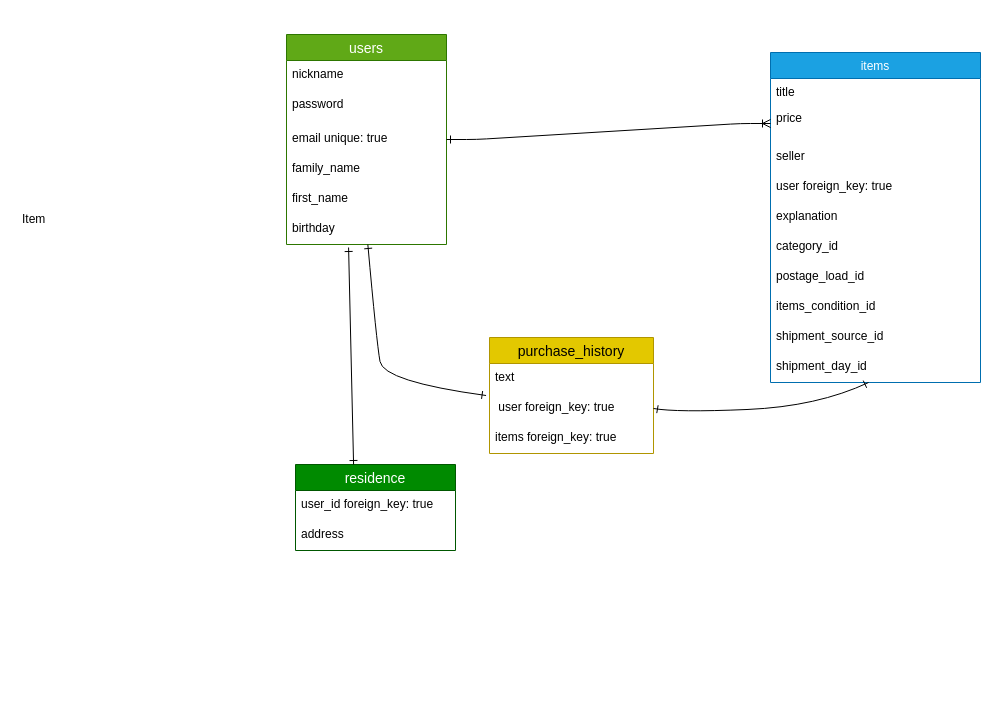
The draw.io diagram test.dio in Rasshiin/furima-36886, before the edit. Source tidied: cells renumbered, new cells numbered last; positions are measured from the earlier drawing's top-left corner, leaving out a move shared by most shapes. Both pictures are drawn from the tidied source at 100%, with x=0, y=0 at pixel (16, 34).
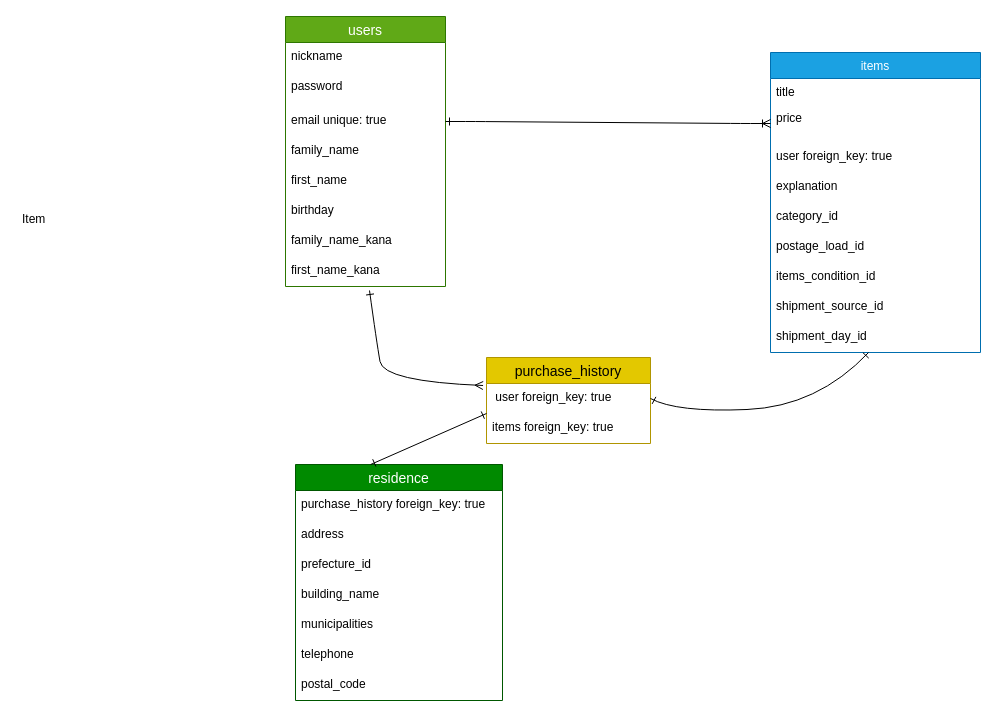
The same diagram, later.

Commit message (it also covers changes not shown here):
主にアソシエーションの変更

The change refers to these unchanged cells:
```xml
<mxCell id="8" value="birthday" style="text;strokeColor=none;fillColor=none;spacingLeft=4;spacingRight=4;overflow=hidden;points=[[0,0.5],[1,0.5]];portConstraint=eastwest;fontSize=12;" parent="2" vertex="1">
  <mxGeometry y="180" width="160" height="30" as="geometry" />
</mxCell>
```

Change to the diagram source:
```diff
@@
     <mxCell id="2" value="users" style="swimlane;fontStyle=0;horizontal=1;startSize=26;align=center;fontSize=14;fillColor=#60a917;strokeColor=#2D7600;fontColor=#ffffff;" parent="1" vertex="1">
-      <mxGeometry x="270" width="160" height="210" as="geometry" />
+      <mxGeometry x="269" y="-18" width="160" height="270" as="geometry" />
     </mxCell>
@@
+    <mxCell id="32" value="family_name_kana " style="text;strokeColor=none;fillColor=none;spacingLeft=4;spacingRight=4;overflow=hidden;fontSize=12;" parent="2" vertex="1">
+      <mxGeometry y="210" width="160" height="30" as="geometry" />
+    </mxCell>
+    <mxCell id="33" value="first_name_kana" style="text;strokeColor=none;fillColor=none;spacingLeft=4;spacingRight=4;overflow=hidden;points=[[0,0.5],[1,0.5]];portConstraint=eastwest;fontSize=12;" parent="2" vertex="1">
+      <mxGeometry y="240" width="160" height="30" as="geometry" />
+    </mxCell>
     <mxCell id="9" value="items" style="swimlane;fontStyle=0;horizontal=1;startSize=26;fillColor=#1ba1e2;strokeColor=#006EAF;fontColor=#ffffff;" parent="1" vertex="1">
-      <mxGeometry x="754" y="18" width="210" height="330" as="geometry" />
+      <mxGeometry x="754" y="18" width="210" height="300" as="geometry" />
     </mxCell>
@@
-    <mxCell id="12" value="seller" style="text;strokeColor=none;fillColor=none;spacingLeft=4;spacingRight=4;overflow=hidden;fontSize=12;" parent="9" vertex="1">
-      <mxGeometry y="90" width="210" height="30" as="geometry" />
-    </mxCell>
     <mxCell id="13" value="user foreign_key: true" style="text;strokeColor=none;fillColor=none;spacingLeft=4;spacingRight=4;overflow=hidden;fontSize=12;" parent="9" vertex="1">
-      <mxGeometry y="120" width="210" height="30" as="geometry" />
+      <mxGeometry y="90" width="210" height="30" as="geometry" />
     </mxCell>
     <mxCell id="14" value="explanation" style="text;strokeColor=none;fillColor=none;spacingLeft=4;spacingRight=4;overflow=hidden;fontSize=12;" parent="9" vertex="1">
-      <mxGeometry y="150" width="210" height="30" as="geometry" />
+      <mxGeometry y="120" width="210" height="30" as="geometry" />
     </mxCell>
     <mxCell id="15" value="category_id" style="text;strokeColor=none;fillColor=none;spacingLeft=4;spacingRight=4;overflow=hidden;fontSize=12;" parent="9" vertex="1">
-      <mxGeometry y="180" width="210" height="30" as="geometry" />
+      <mxGeometry y="150" width="210" height="30" as="geometry" />
     </mxCell>
     <mxCell id="16" value="postage_load_id" style="text;strokeColor=none;fillColor=none;spacingLeft=4;spacingRight=4;overflow=hidden;fontSize=12;" parent="9" vertex="1">
-      <mxGeometry y="210" width="210" height="30" as="geometry" />
+      <mxGeometry y="180" width="210" height="30" as="geometry" />
     </mxCell>
     <mxCell id="17" value="items_condition_id" style="text;strokeColor=none;fillColor=none;spacingLeft=4;spacingRight=4;overflow=hidden;fontSize=12;" parent="9" vertex="1">
-      <mxGeometry y="240" width="210" height="30" as="geometry" />
+      <mxGeometry y="210" width="210" height="30" as="geometry" />
     </mxCell>
     <mxCell id="18" value="shipment_source_id" style="text;strokeColor=none;fillColor=none;spacingLeft=4;spacingRight=4;overflow=hidden;fontSize=12;" parent="9" vertex="1">
-      <mxGeometry y="270" width="210" height="30" as="geometry" />
+      <mxGeometry y="240" width="210" height="30" as="geometry" />
     </mxCell>
     <mxCell id="19" value="shipment_day_id" style="text;strokeColor=none;fillColor=none;spacingLeft=4;spacingRight=4;overflow=hidden;points=[[0,0.5],[1,0.5]];portConstraint=eastwest;fontSize=12;" parent="9" vertex="1">
-      <mxGeometry y="300" width="210" height="30" as="geometry" />
+      <mxGeometry y="270" width="210" height="30" as="geometry" />
     </mxCell>
@@
-    <mxCell id="21" style="curved=1;endArrow=ERone;html=1;endFill=0;startArrow=ERone;startFill=0;entryX=-0.021;entryY=0.067;entryDx=0;entryDy=0;entryPerimeter=0;" parent="1" edge="1" source="8" target="24">
+    <mxCell id="21" style="curved=1;endArrow=ERmany;html=1;endFill=0;startArrow=ERone;startFill=0;entryX=-0.021;entryY=0.067;entryDx=0;entryDy=0;entryPerimeter=0;exitX=0.525;exitY=1.133;exitDx=0;exitDy=0;exitPerimeter=0;" parent="1" edge="1" source="33" target="24">
       <mxGeometry relative="1" as="geometry">
         <Array as="points">
           <mxPoint x="360" y="307" />
           <mxPoint x="367" y="347" />
         </Array>
       </mxGeometry>
     </mxCell>
     <mxCell id="22" value="purchase_history" style="swimlane;fontStyle=0;horizontal=1;startSize=26;align=center;fontSize=14;fillColor=#e3c800;strokeColor=#B09500;fontColor=#000000;" parent="1" vertex="1">
-      <mxGeometry x="473" y="303" width="164" height="116" as="geometry" />
+      <mxGeometry x="470" y="323" width="164" height="86" as="geometry" />
     </mxCell>
-    <mxCell id="23" value="text" style="text;strokeColor=none;fillColor=none;spacingLeft=4;spacingRight=4;overflow=hidden;fontSize=12;" parent="22" vertex="1">
-      <mxGeometry y="26" width="164" height="30" as="geometry" />
-    </mxCell>
     <mxCell id="24" value=" user foreign_key: true" style="text;strokeColor=none;fillColor=none;spacingLeft=4;spacingRight=4;overflow=hidden;points=[[0,0.5],[1,0.5]];portConstraint=eastwest;fontSize=12;" parent="22" vertex="1">
-      <mxGeometry y="56" width="164" height="30" as="geometry" />
+      <mxGeometry y="26" width="164" height="30" as="geometry" />
     </mxCell>
     <mxCell id="25" value="items foreign_key: true" style="text;strokeColor=none;fillColor=none;spacingLeft=4;spacingRight=4;overflow=hidden;points=[[0,0.5],[1,0.5]];portConstraint=eastwest;fontSize=12;" parent="22" vertex="1">
-      <mxGeometry y="86" width="164" height="30" as="geometry" />
+      <mxGeometry y="56" width="164" height="30" as="geometry" />
     </mxCell>
@@
     <mxCell id="28" value="residence" style="swimlane;fontStyle=0;horizontal=1;startSize=26;align=center;fontSize=14;fillColor=#008a00;strokeColor=#005700;fontColor=#ffffff;" parent="1" vertex="1">
-      <mxGeometry x="279" y="430" width="160" height="86" as="geometry" />
+      <mxGeometry x="279" y="430" width="207" height="236" as="geometry" />
     </mxCell>
-    <mxCell id="29" value="user_id foreign_key: true" style="text;strokeColor=none;fillColor=none;spacingLeft=4;spacingRight=4;overflow=hidden;fontSize=12;" parent="28" vertex="1">
-      <mxGeometry y="26" width="160" height="30" as="geometry" />
+    <mxCell id="29" value="purchase_history foreign_key: true" style="text;strokeColor=none;fillColor=none;spacingLeft=4;spacingRight=4;overflow=hidden;fontSize=12;" parent="28" vertex="1">
+      <mxGeometry y="26" width="207" height="30" as="geometry" />
     </mxCell>
     <mxCell id="30" value="address" style="text;strokeColor=none;fillColor=none;spacingLeft=4;spacingRight=4;overflow=hidden;fontSize=12;" parent="28" vertex="1">
-      <mxGeometry y="56" width="160" height="30" as="geometry" />
+      <mxGeometry y="56" width="207" height="30" as="geometry" />
     </mxCell>
+    <mxCell id="34" value="prefecture_id" style="text;strokeColor=none;fillColor=none;spacingLeft=4;spacingRight=4;overflow=hidden;fontSize=12;" parent="28" vertex="1">
+      <mxGeometry y="86" width="207" height="30" as="geometry" />
+    </mxCell>
+    <mxCell id="35" value="building_name" style="text;strokeColor=none;fillColor=none;spacingLeft=4;spacingRight=4;overflow=hidden;fontSize=12;" parent="28" vertex="1">
+      <mxGeometry y="116" width="207" height="30" as="geometry" />
+    </mxCell>
+    <mxCell id="36" value="municipalities" style="text;strokeColor=none;fillColor=none;spacingLeft=4;spacingRight=4;overflow=hidden;fontSize=12;" parent="28" vertex="1">
+      <mxGeometry y="146" width="207" height="30" as="geometry" />
+    </mxCell>
+    <mxCell id="37" value="telephone" style="text;strokeColor=none;fillColor=none;spacingLeft=4;spacingRight=4;overflow=hidden;fontSize=12;" parent="28" vertex="1">
+      <mxGeometry y="176" width="207" height="30" as="geometry" />
+    </mxCell>
+    <mxCell id="38" value="postal_code" style="text;strokeColor=none;fillColor=none;spacingLeft=4;spacingRight=4;overflow=hidden;fontSize=12;" parent="28" vertex="1">
+      <mxGeometry y="206" width="207" height="30" as="geometry" />
+    </mxCell>
-    <mxCell id="31" style="endArrow=ERone;html=1;entryX=0.388;entryY=1.1;entryDx=0;entryDy=0;entryPerimeter=0;exitX=0.363;exitY=0;exitDx=0;exitDy=0;exitPerimeter=0;startArrow=ERone;startFill=0;endFill=0;" parent="1" edge="1" source="28" target="8">
+    <mxCell id="31" style="endArrow=ERone;html=1;entryX=0;entryY=0;entryDx=0;entryDy=0;entryPerimeter=0;exitX=0.363;exitY=0;exitDx=0;exitDy=0;exitPerimeter=0;startArrow=ERone;startFill=0;endFill=0;" parent="1" edge="1" source="28" target="25">
       <mxGeometry relative="1" as="geometry" />
     </mxCell>
```
